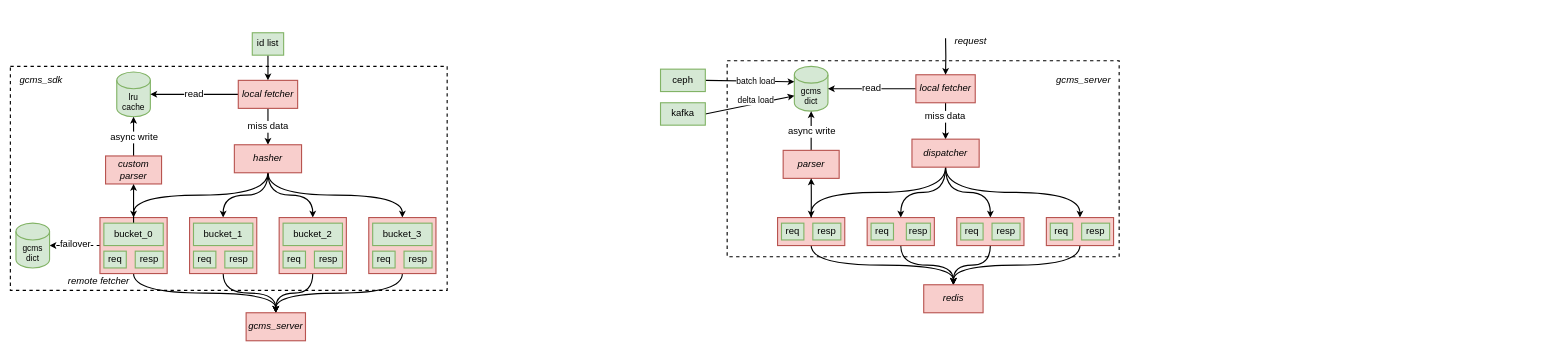
The draw.io diagram gcms.drawio in yantao006/draw_io, before the edit. Source tidied: cells renumbered, new cells numbered last; positions are measured from the earlier drawing's top-left corner, leaving out a move shared by most shapes. Both pictures are drawn from the tidied source at 56%, with x=0, y=0 at pixel (10, 32).
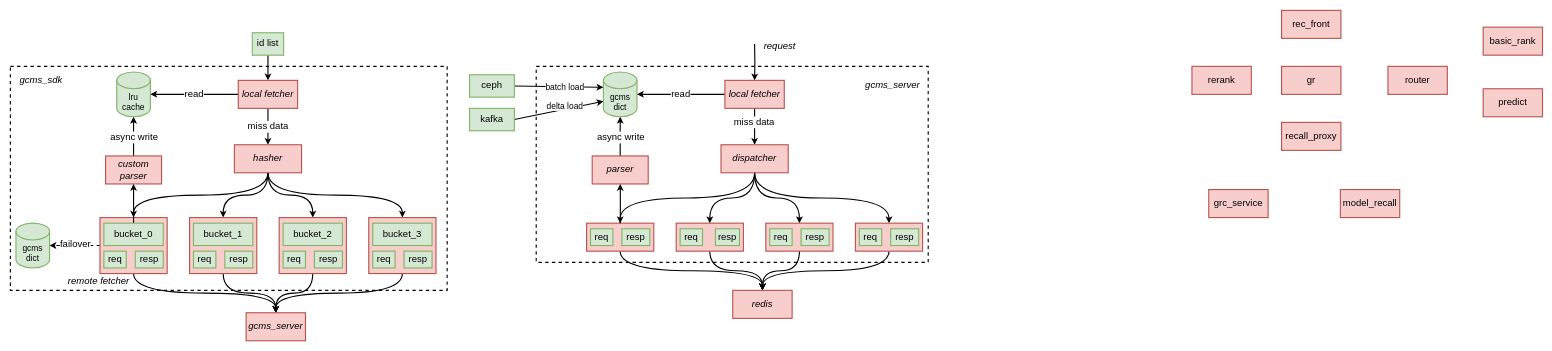
After the change.

Change to the diagram source:
```diff
@@
     <mxCell id="3" style="rounded=0;whiteSpace=wrap;html=1;dashed=1;fontSize=15;strokeWidth=2;fillColor=none;" parent="1" vertex="1">
-      <mxGeometry x="1280" y="50" width="700" height="350" as="geometry" />
+      <mxGeometry x="939" y="60" width="700" height="350" as="geometry" />
     </mxCell>
@@
     <mxCell id="46" style="rounded=0;whiteSpace=wrap;html=1;strokeWidth=2;fillColor=#f8cecc;strokeColor=#b85450;" parent="1" vertex="1">
-      <mxGeometry x="1370" y="330" width="120" height="50" as="geometry" />
+      <mxGeometry x="1029" y="340" width="120" height="50" as="geometry" />
     </mxCell>
     <mxCell id="47" value="&lt;font style=&quot;font-size: 15px&quot;&gt;gcms&lt;br&gt;dict&lt;/font&gt;" style="shape=cylinder3;whiteSpace=wrap;html=1;boundedLbl=1;backgroundOutline=1;size=15;fillColor=#d5e8d4;strokeColor=#82b366;strokeWidth=2;" parent="1" vertex="1">
-      <mxGeometry x="1400" y="60" width="60" height="80" as="geometry" />
+      <mxGeometry x="1059" y="70" width="60" height="80" as="geometry" />
     </mxCell>
@@
     <mxCell id="51" value="&lt;font style=&quot;font-size: 17px&quot;&gt;&lt;i&gt;local fetcher&lt;/i&gt;&lt;/font&gt;" style="rounded=0;whiteSpace=wrap;html=1;strokeWidth=2;fillColor=#f8cecc;strokeColor=#b85450;" parent="1" vertex="1">
-      <mxGeometry x="1617" y="75" width="106" height="50" as="geometry" />
+      <mxGeometry x="1276" y="85" width="106" height="50" as="geometry" />
     </mxCell>
@@
     <mxCell id="56" value="&lt;font style=&quot;font-size: 17px&quot;&gt;&lt;i&gt;dispatcher&lt;/i&gt;&lt;/font&gt;" style="rounded=0;whiteSpace=wrap;html=1;strokeWidth=2;fillColor=#f8cecc;strokeColor=#b85450;" parent="1" vertex="1">
-      <mxGeometry x="1610" y="190" width="120" height="50" as="geometry" />
+      <mxGeometry x="1269" y="200" width="120" height="50" as="geometry" />
     </mxCell>
@@
     <mxCell id="59" value="&lt;font style=&quot;font-size: 17px&quot;&gt;&lt;i&gt;parser&lt;br&gt;&lt;/i&gt;&lt;/font&gt;" style="rounded=0;whiteSpace=wrap;html=1;strokeWidth=2;fillColor=#f8cecc;strokeColor=#b85450;" parent="1" vertex="1">
-      <mxGeometry x="1380" y="210" width="100" height="50" as="geometry" />
+      <mxGeometry x="1039" y="220" width="100" height="50" as="geometry" />
     </mxCell>
     <mxCell id="60" style="edgeStyle=orthogonalEdgeStyle;curved=1;rounded=0;jettySize=auto;html=1;fontSize=17;strokeWidth=2;" parent="1" edge="1" target="59">
       <mxGeometry relative="1" as="geometry">
-        <mxPoint x="1430" y="330" as="sourcePoint" />
+        <mxPoint x="1089" y="340" as="sourcePoint" />
       </mxGeometry>
     </mxCell>
     <mxCell id="61" value="&lt;font style=&quot;font-size: 17px&quot;&gt;req&lt;/font&gt;" style="rounded=0;whiteSpace=wrap;html=1;strokeWidth=2;fillColor=#d5e8d4;strokeColor=#82b366;" parent="1" vertex="1">
-      <mxGeometry x="1377" y="340" width="40" height="30" as="geometry" />
+      <mxGeometry x="1036" y="350" width="40" height="30" as="geometry" />
     </mxCell>
     <mxCell id="62" value="&lt;font style=&quot;font-size: 17px&quot;&gt;resp&lt;/font&gt;" style="rounded=0;whiteSpace=wrap;html=1;strokeWidth=2;fillColor=#d5e8d4;strokeColor=#82b366;" parent="1" vertex="1">
-      <mxGeometry x="1433" y="340" width="50" height="30" as="geometry" />
+      <mxGeometry x="1092" y="350" width="50" height="30" as="geometry" />
     </mxCell>
@@
     <mxCell id="64" style="rounded=0;whiteSpace=wrap;html=1;strokeWidth=2;fillColor=#f8cecc;strokeColor=#b85450;" parent="1" vertex="1">
-      <mxGeometry x="1530" y="330" width="120" height="50" as="geometry" />
+      <mxGeometry x="1189" y="340" width="120" height="50" as="geometry" />
     </mxCell>
     <mxCell id="65" value="&lt;font style=&quot;font-size: 17px&quot;&gt;req&lt;/font&gt;" style="rounded=0;whiteSpace=wrap;html=1;strokeWidth=2;fillColor=#d5e8d4;strokeColor=#82b366;" parent="1" vertex="1">
-      <mxGeometry x="1537" y="340" width="40" height="30" as="geometry" />
+      <mxGeometry x="1196" y="350" width="40" height="30" as="geometry" />
     </mxCell>
     <mxCell id="66" value="&lt;font style=&quot;font-size: 17px&quot;&gt;resp&lt;/font&gt;" style="rounded=0;whiteSpace=wrap;html=1;strokeWidth=2;fillColor=#d5e8d4;strokeColor=#82b366;" parent="1" vertex="1">
-      <mxGeometry x="1600" y="340" width="43" height="30" as="geometry" />
+      <mxGeometry x="1259" y="350" width="43" height="30" as="geometry" />
     </mxCell>
@@
     <mxCell id="68" style="rounded=0;whiteSpace=wrap;html=1;strokeWidth=2;fillColor=#f8cecc;strokeColor=#b85450;" parent="1" vertex="1">
-      <mxGeometry x="1690" y="330" width="120" height="50" as="geometry" />
+      <mxGeometry x="1349" y="340" width="120" height="50" as="geometry" />
     </mxCell>
     <mxCell id="69" value="&lt;font style=&quot;font-size: 17px&quot;&gt;req&lt;/font&gt;" style="rounded=0;whiteSpace=wrap;html=1;strokeWidth=2;fillColor=#d5e8d4;strokeColor=#82b366;" parent="1" vertex="1">
-      <mxGeometry x="1697" y="340" width="40" height="30" as="geometry" />
+      <mxGeometry x="1356" y="350" width="40" height="30" as="geometry" />
     </mxCell>
     <mxCell id="70" value="&lt;font style=&quot;font-size: 17px&quot;&gt;resp&lt;/font&gt;" style="rounded=0;whiteSpace=wrap;html=1;strokeWidth=2;fillColor=#d5e8d4;strokeColor=#82b366;" parent="1" vertex="1">
-      <mxGeometry x="1753" y="340" width="50" height="30" as="geometry" />
+      <mxGeometry x="1412" y="350" width="50" height="30" as="geometry" />
     </mxCell>
     <mxCell id="71" style="edgeStyle=orthogonalEdgeStyle;curved=1;rounded=0;jettySize=auto;html=1;exitX=0.5;exitY=1;exitDx=0;exitDy=0;entryX=0.5;entryY=0;entryDx=0;entryDy=0;fontSize=17;strokeWidth=2;" parent="1" edge="1" source="72" target="75">
       <mxGeometry relative="1" as="geometry">
         <Array as="points">
-          <mxPoint x="1910" y="415" />
-          <mxPoint x="1684" y="415" />
+          <mxPoint x="1569" y="425" />
+          <mxPoint x="1343" y="425" />
         </Array>
       </mxGeometry>
     </mxCell>
     <mxCell id="72" style="rounded=0;whiteSpace=wrap;html=1;strokeWidth=2;fillColor=#f8cecc;strokeColor=#b85450;" parent="1" vertex="1">
-      <mxGeometry x="1850" y="330" width="120" height="50" as="geometry" />
+      <mxGeometry x="1509" y="340" width="120" height="50" as="geometry" />
     </mxCell>
     <mxCell id="73" value="&lt;font style=&quot;font-size: 17px&quot;&gt;req&lt;/font&gt;" style="rounded=0;whiteSpace=wrap;html=1;strokeWidth=2;fillColor=#d5e8d4;strokeColor=#82b366;" parent="1" vertex="1">
-      <mxGeometry x="1857" y="340" width="40" height="30" as="geometry" />
+      <mxGeometry x="1516" y="350" width="40" height="30" as="geometry" />
     </mxCell>
     <mxCell id="74" value="&lt;font style=&quot;font-size: 17px&quot;&gt;resp&lt;/font&gt;" style="rounded=0;whiteSpace=wrap;html=1;strokeWidth=2;fillColor=#d5e8d4;strokeColor=#82b366;" parent="1" vertex="1">
-      <mxGeometry x="1913" y="340" width="50" height="30" as="geometry" />
+      <mxGeometry x="1572" y="350" width="50" height="30" as="geometry" />
     </mxCell>
     <mxCell id="75" value="&lt;font style=&quot;font-size: 17px&quot;&gt;&lt;i&gt;redis&lt;/i&gt;&lt;/font&gt;" style="rounded=0;whiteSpace=wrap;html=1;strokeWidth=2;fillColor=#f8cecc;strokeColor=#b85450;" parent="1" vertex="1">
-      <mxGeometry x="1631" y="450" width="106" height="50" as="geometry" />
+      <mxGeometry x="1290" y="460" width="106" height="50" as="geometry" />
     </mxCell>
     <mxCell id="76" style="edgeStyle=orthogonalEdgeStyle;rounded=0;jettySize=auto;html=1;fontSize=17;strokeWidth=2;" parent="1" edge="1" target="51">
       <mxGeometry relative="1" as="geometry">
-        <mxPoint x="1670" y="10" as="sourcePoint" />
+        <mxPoint x="1329" y="20" as="sourcePoint" />
       </mxGeometry>
     </mxCell>
     <mxCell id="77" value="&lt;i&gt;&lt;font style=&quot;font-size: 17px&quot;&gt;request&lt;/font&gt;&lt;/i&gt;" style="text;html=1;strokeColor=none;fillColor=none;align=center;verticalAlign=middle;whiteSpace=wrap;rounded=0;dashed=1;fontSize=17;" parent="1" vertex="1">
-      <mxGeometry x="1680" width="70" height="30" as="geometry" />
+      <mxGeometry x="1339" y="10" width="70" height="30" as="geometry" />
     </mxCell>
@@
     <mxCell id="80" value="&lt;font style=&quot;font-size: 17px&quot;&gt;ceph&lt;/font&gt;" style="rounded=0;whiteSpace=wrap;html=1;strokeWidth=2;fillColor=#d5e8d4;strokeColor=#82b366;" parent="1" vertex="1">
-      <mxGeometry x="1161" y="65" width="80" height="40" as="geometry" />
+      <mxGeometry x="820" y="75" width="80" height="40" as="geometry" />
     </mxCell>
@@
     <mxCell id="83" value="&lt;font style=&quot;font-size: 17px&quot;&gt;kafka&lt;/font&gt;" style="rounded=0;whiteSpace=wrap;html=1;strokeWidth=2;fillColor=#d5e8d4;strokeColor=#82b366;" parent="1" vertex="1">
-      <mxGeometry x="1161" y="125" width="80" height="40" as="geometry" />
+      <mxGeometry x="820" y="135" width="80" height="40" as="geometry" />
     </mxCell>
     <mxCell id="84" value="&lt;i&gt;&lt;font style=&quot;font-size: 17px&quot;&gt;gcms_server&lt;/font&gt;&lt;/i&gt;" style="text;html=1;strokeColor=none;fillColor=none;align=center;verticalAlign=middle;whiteSpace=wrap;rounded=0;dashed=1;fontSize=17;" parent="1" vertex="1">
-      <mxGeometry x="1870" y="70" width="93" height="30" as="geometry" />
+      <mxGeometry x="1529" y="80" width="93" height="30" as="geometry" />
     </mxCell>
+    <mxCell id="85" value="&lt;span style=&quot;font-size: 17px&quot;&gt;rec_front&lt;/span&gt;" style="rounded=0;whiteSpace=wrap;html=1;strokeWidth=2;fillColor=#f8cecc;strokeColor=#b85450;" parent="1" vertex="1">
+      <mxGeometry x="2270" y="-40" width="106" height="50" as="geometry" />
+    </mxCell>
+    <mxCell id="86" value="&lt;span style=&quot;font-size: 17px&quot;&gt;gr&lt;/span&gt;" style="rounded=0;whiteSpace=wrap;html=1;strokeWidth=2;fillColor=#f8cecc;strokeColor=#b85450;" parent="1" vertex="1">
+      <mxGeometry x="2270" y="60" width="106" height="50" as="geometry" />
+    </mxCell>
+    <mxCell id="87" value="&lt;span style=&quot;font-size: 17px&quot;&gt;rerank&lt;/span&gt;" style="rounded=0;whiteSpace=wrap;html=1;strokeWidth=2;fillColor=#f8cecc;strokeColor=#b85450;" parent="1" vertex="1">
+      <mxGeometry x="2110" y="60" width="106" height="50" as="geometry" />
+    </mxCell>
+    <mxCell id="88" value="&lt;span style=&quot;font-size: 17px&quot;&gt;recall_proxy&lt;/span&gt;" style="rounded=0;whiteSpace=wrap;html=1;strokeWidth=2;fillColor=#f8cecc;strokeColor=#b85450;" parent="1" vertex="1">
+      <mxGeometry x="2270" y="160" width="106" height="50" as="geometry" />
+    </mxCell>
+    <mxCell id="89" value="&lt;span style=&quot;font-size: 17px&quot;&gt;grc_service&lt;/span&gt;" style="rounded=0;whiteSpace=wrap;html=1;strokeWidth=2;fillColor=#f8cecc;strokeColor=#b85450;" parent="1" vertex="1">
+      <mxGeometry x="2140" y="280" width="106" height="50" as="geometry" />
+    </mxCell>
+    <mxCell id="90" value="&lt;span style=&quot;font-size: 17px&quot;&gt;model_recall&lt;/span&gt;" style="rounded=0;whiteSpace=wrap;html=1;strokeWidth=2;fillColor=#f8cecc;strokeColor=#b85450;" parent="1" vertex="1">
+      <mxGeometry x="2375" y="280" width="106" height="50" as="geometry" />
+    </mxCell>
+    <mxCell id="91" value="&lt;span style=&quot;font-size: 17px&quot;&gt;router&lt;/span&gt;" style="rounded=0;whiteSpace=wrap;html=1;strokeWidth=2;fillColor=#f8cecc;strokeColor=#b85450;" parent="1" vertex="1">
+      <mxGeometry x="2460" y="60" width="106" height="50" as="geometry" />
+    </mxCell>
+    <mxCell id="92" value="&lt;span style=&quot;font-size: 17px&quot;&gt;basic_rank&lt;/span&gt;" style="rounded=0;whiteSpace=wrap;html=1;strokeWidth=2;fillColor=#f8cecc;strokeColor=#b85450;" parent="1" vertex="1">
+      <mxGeometry x="2630" y="-10" width="106" height="50" as="geometry" />
+    </mxCell>
+    <mxCell id="93" value="&lt;span style=&quot;font-size: 17px&quot;&gt;predict&lt;/span&gt;" style="rounded=0;whiteSpace=wrap;html=1;strokeWidth=2;fillColor=#f8cecc;strokeColor=#b85450;" parent="1" vertex="1">
+      <mxGeometry x="2630" y="100" width="106" height="50" as="geometry" />
+    </mxCell>
```
